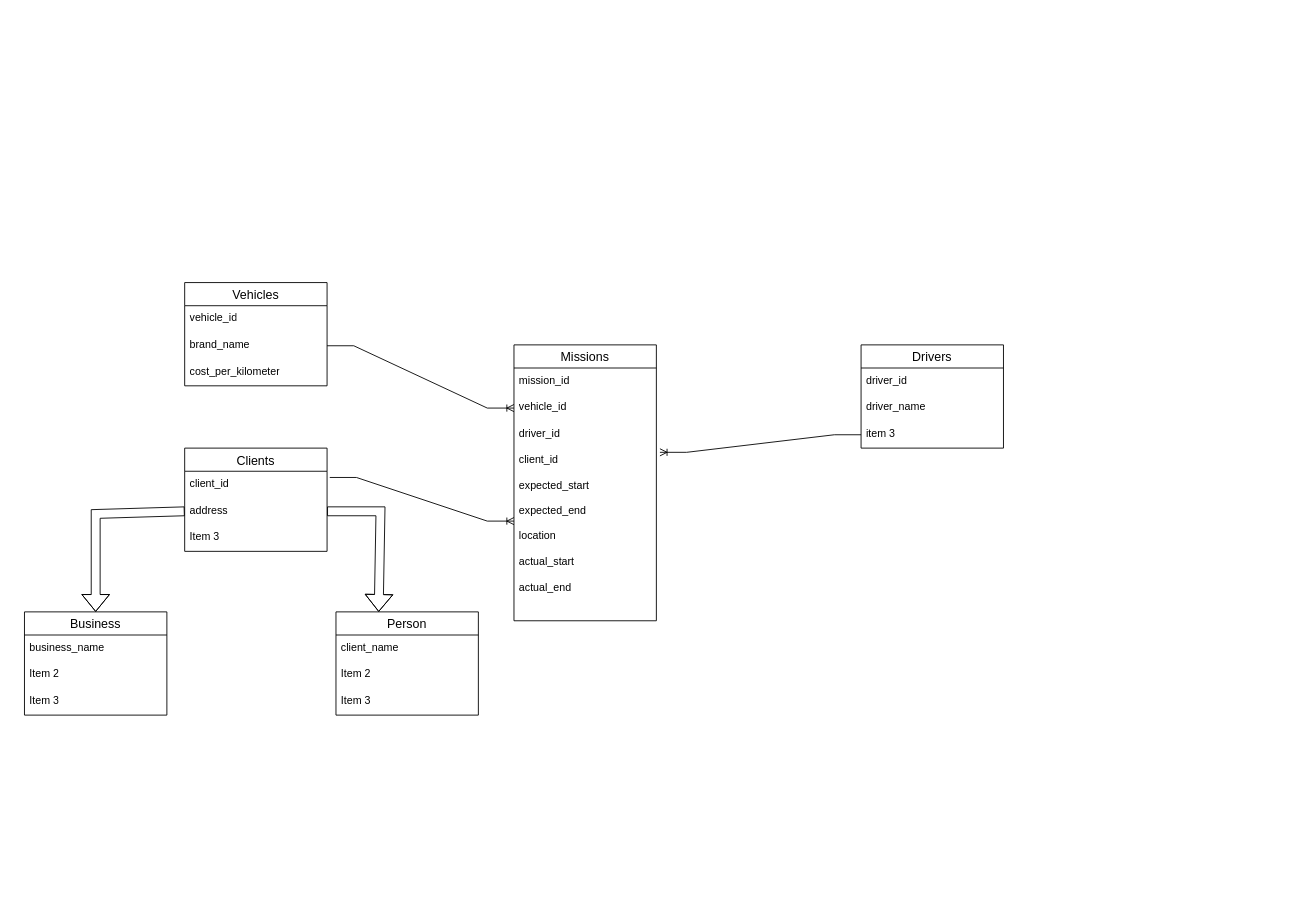
The draw.io diagram project.drawio in Mishtec/Comp-Project, before the edit. Source tidied: cells renumbered, new cells numbered last; positions are measured from the earlier drawing's top-left corner, leaving out a move shared by most shapes. Both pictures are drawn from the tidied source at 89%, with x=0, y=0 at pixel (24, 282).
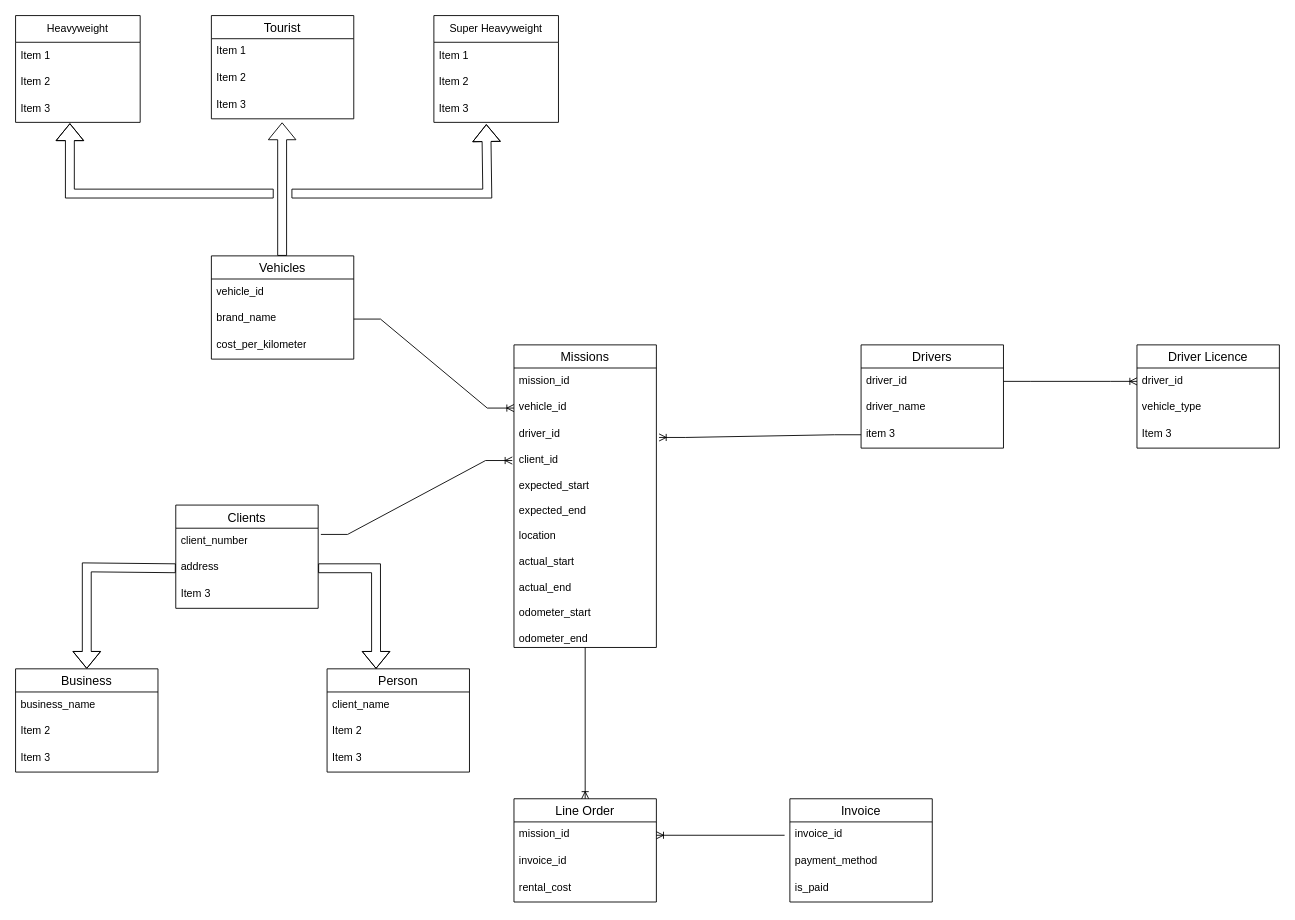
The same page after the edit.

Commit message:
Added inheritance for vehicles. Added invoice details

The change refers to these unchanged cells:
```xml
<mxCell id="13" value="driver_id" style="text;strokeColor=none;fillColor=none;spacingLeft=4;spacingRight=4;overflow=hidden;points=[[0,0.5],[1,0.5]];portConstraint=eastwest;fontSize=12;whiteSpace=wrap;html=1;" parent="12" vertex="1">
  <mxGeometry y="26" width="160" height="30" as="geometry" />
</mxCell>
<mxCell id="15" value="item 3" style="text;strokeColor=none;fillColor=none;spacingLeft=4;spacingRight=4;overflow=hidden;points=[[0,0.5],[1,0.5]];portConstraint=eastwest;fontSize=12;whiteSpace=wrap;html=1;" parent="12" vertex="1">
  <mxGeometry y="86" width="160" height="30" as="geometry" />
</mxCell>
<mxCell id="18" value="address" style="text;strokeColor=none;fillColor=none;spacingLeft=4;spacingRight=4;overflow=hidden;points=[[0,0.5],[1,0.5]];portConstraint=eastwest;fontSize=12;whiteSpace=wrap;html=1;" parent="16" vertex="1">
  <mxGeometry y="56" width="160" height="30" as="geometry" />
</mxCell>
```

Diff of the diagram source:
```diff
@@
     <mxCell id="2" value="Missions" style="swimlane;fontStyle=0;horizontal=1;startSize=26;align=center;fontSize=14;" parent="1" vertex="1">
-      <mxGeometry x="550" y="70" width="160" height="310" as="geometry" />
+      <mxGeometry x="550" y="70" width="160" height="340" as="geometry" />
     </mxCell>
@@
-    <mxCell id="5" value="&lt;div&gt;driver_id&lt;/div&gt;&lt;div&gt;&lt;br&gt;&lt;/div&gt;&lt;div&gt;client_id&lt;/div&gt;&lt;div&gt;&lt;br&gt;&lt;/div&gt;&lt;div&gt;expected_start&lt;/div&gt;&lt;div&gt;&lt;br&gt;&lt;/div&gt;&lt;div&gt;expected_end&lt;br&gt;&lt;/div&gt;&lt;div&gt;&lt;br&gt;&lt;/div&gt;&lt;div&gt;location&lt;/div&gt;&lt;div&gt;&lt;br&gt;&lt;/div&gt;&lt;div&gt;actual_start&lt;/div&gt;&lt;div&gt;&lt;br&gt;&lt;/div&gt;&lt;div&gt;actual_end&lt;br&gt;&lt;/div&gt;&lt;div&gt;&lt;br&gt;&lt;/div&gt;&lt;div&gt;&lt;br&gt;&lt;/div&gt;" style="text;strokeColor=none;fillColor=none;spacingLeft=4;spacingRight=4;overflow=hidden;points=[[0,0.5],[1,0.5]];portConstraint=eastwest;fontSize=12;whiteSpace=wrap;html=1;" parent="2" vertex="1">
-      <mxGeometry y="86" width="160" height="224" as="geometry" />
+    <mxCell id="5" value="&lt;div&gt;driver_id&lt;/div&gt;&lt;div&gt;&lt;br&gt;&lt;/div&gt;&lt;div&gt;client_id&lt;/div&gt;&lt;div&gt;&lt;br&gt;&lt;/div&gt;&lt;div&gt;expected_start&lt;/div&gt;&lt;div&gt;&lt;br&gt;&lt;/div&gt;&lt;div&gt;expected_end&lt;br&gt;&lt;/div&gt;&lt;div&gt;&lt;br&gt;&lt;/div&gt;&lt;div&gt;location&lt;/div&gt;&lt;div&gt;&lt;br&gt;&lt;/div&gt;&lt;div&gt;actual_start&lt;/div&gt;&lt;div&gt;&lt;br&gt;&lt;/div&gt;&lt;div&gt;actual_end&lt;br&gt;&lt;/div&gt;&lt;div&gt;&lt;br&gt;&lt;/div&gt;&lt;div&gt;odometer_start&lt;/div&gt;&lt;div&gt;&lt;br&gt;&lt;/div&gt;&lt;div&gt;odometer_end&lt;br&gt;&lt;/div&gt;" style="text;strokeColor=none;fillColor=none;spacingLeft=4;spacingRight=4;overflow=hidden;points=[[0,0.5],[1,0.5]];portConstraint=eastwest;fontSize=12;whiteSpace=wrap;html=1;" parent="2" vertex="1">
+      <mxGeometry y="86" width="160" height="254" as="geometry" />
     </mxCell>
@@
     <mxCell id="7" value="Vehicles" style="swimlane;fontStyle=0;horizontal=1;startSize=26;align=center;fontSize=14;" parent="1" vertex="1">
-      <mxGeometry x="180" width="160" height="116" as="geometry" />
+      <mxGeometry x="210" y="-30" width="160" height="116" as="geometry" />
     </mxCell>
@@
-    <mxCell id="11" style="edgeStyle=entityRelationEdgeStyle;fontSize=12;html=1;endArrow=ERoneToMany;rounded=0;entryX=1.025;entryY=0.155;entryDx=0;entryDy=0;entryPerimeter=0;exitX=0;exitY=0.5;exitDx=0;exitDy=0;" parent="1" edge="1" source="15" target="5">
+    <mxCell id="11" style="edgeStyle=entityRelationEdgeStyle;fontSize=12;html=1;endArrow=ERoneToMany;rounded=0;entryX=1.019;entryY=0.071;entryDx=0;entryDy=0;entryPerimeter=0;exitX=0;exitY=0.5;exitDx=0;exitDy=0;" parent="1" edge="1" source="15" target="5">
       <mxGeometry relative="1" as="geometry" />
     </mxCell>
@@
     <mxCell id="16" value="Clients" style="swimlane;fontStyle=0;horizontal=1;startSize=26;align=center;fontSize=14;" parent="1" vertex="1">
-      <mxGeometry x="180" y="186" width="160" height="116" as="geometry" />
+      <mxGeometry x="170" y="250" width="160" height="116" as="geometry" />
     </mxCell>
-    <mxCell id="17" value="client_id" style="text;strokeColor=none;fillColor=none;spacingLeft=4;spacingRight=4;overflow=hidden;points=[[0,0.5],[1,0.5]];portConstraint=eastwest;fontSize=12;whiteSpace=wrap;html=1;" parent="16" vertex="1">
+    <mxCell id="17" value="client_number" style="text;strokeColor=none;fillColor=none;spacingLeft=4;spacingRight=4;overflow=hidden;points=[[0,0.5],[1,0.5]];portConstraint=eastwest;fontSize=12;whiteSpace=wrap;html=1;" parent="16" vertex="1">
       <mxGeometry y="26" width="160" height="30" as="geometry" />
     </mxCell>
@@
-    <mxCell id="20" style="edgeStyle=entityRelationEdgeStyle;fontSize=12;html=1;endArrow=ERoneToMany;rounded=0;entryX=0;entryY=0.5;entryDx=0;entryDy=0;exitX=1.019;exitY=0.233;exitDx=0;exitDy=0;exitPerimeter=0;" parent="1" edge="1" source="17" target="5">
-      <mxGeometry relative="1" as="geometry" />
+    <mxCell id="20" style="edgeStyle=entityRelationEdgeStyle;fontSize=12;html=1;endArrow=ERoneToMany;rounded=0;entryX=-0.012;entryY=0.173;entryDx=0;entryDy=0;exitX=1.019;exitY=0.233;exitDx=0;exitDy=0;exitPerimeter=0;entryPerimeter=0;" parent="1" edge="1" source="17" target="5">
+      <mxGeometry relative="1" as="geometry">
+        <Array as="points">
+          <mxPoint x="450" y="260" />
+        </Array>
+      </mxGeometry>
     </mxCell>
     <mxCell id="21" style="shape=flexArrow;endArrow=classic;html=1;rounded=0;exitX=0;exitY=0.5;exitDx=0;exitDy=0;" parent="1" edge="1" source="18">
       <mxGeometry relative="1" as="geometry">
-        <mxPoint x="80" y="370" as="targetPoint" />
+        <mxPoint x="70" y="434" as="targetPoint" />
         <Array as="points">
-          <mxPoint x="80" y="260" />
+          <mxPoint x="70" y="320" />
         </Array>
       </mxGeometry>
     </mxCell>
     <mxCell id="22" value="Business" style="swimlane;fontStyle=0;horizontal=1;startSize=26;align=center;fontSize=14;" parent="1" vertex="1">
-      <mxGeometry y="370" width="160" height="116" as="geometry" />
+      <mxGeometry x="-10" y="434" width="160" height="116" as="geometry" />
     </mxCell>
@@
     <mxCell id="26" value="Person" style="swimlane;fontStyle=0;horizontal=1;startSize=26;align=center;fontSize=14;" parent="1" vertex="1">
-      <mxGeometry x="350" y="370" width="160" height="116" as="geometry" />
+      <mxGeometry x="340" y="434" width="160" height="116" as="geometry" />
     </mxCell>
@@
-    <mxCell id="30" style="shape=flexArrow;endArrow=classic;html=1;rounded=0;exitX=1;exitY=0.5;exitDx=0;exitDy=0;entryX=0.3;entryY=0;entryDx=0;entryDy=0;entryPerimeter=0;" parent="1" edge="1" source="18" target="26">
+    <mxCell id="30" style="shape=flexArrow;endArrow=classic;html=1;rounded=0;exitX=1;exitY=0.5;exitDx=0;exitDy=0;entryX=0.344;entryY=0;entryDx=0;entryDy=0;entryPerimeter=0;" parent="1" edge="1" source="18" target="26">
       <mxGeometry relative="1" as="geometry">
         <Array as="points">
-          <mxPoint x="400" y="257" />
+          <mxPoint x="395" y="321" />
         </Array>
       </mxGeometry>
     </mxCell>
+    <mxCell id="31" style="shape=flexArrow;endArrow=classic;html=1;rounded=0;exitX=0.5;exitY=0;exitDx=0;exitDy=0;" parent="1" edge="1">
+      <mxGeometry relative="1" as="geometry">
+        <mxPoint x="289.5" y="-30" as="sourcePoint" />
+        <mxPoint x="289.5" y="-180" as="targetPoint" />
+      </mxGeometry>
+    </mxCell>
+    <mxCell id="32" value="Tourist" style="swimlane;fontStyle=0;horizontal=1;startSize=26;align=center;fontSize=14;" parent="1" vertex="1">
+      <mxGeometry x="210" y="-300" width="160" height="116" as="geometry" />
+    </mxCell>
+    <mxCell id="33" value="Item 1" style="text;strokeColor=none;fillColor=none;spacingLeft=4;spacingRight=4;overflow=hidden;fontSize=12;whiteSpace=wrap;html=1;" parent="32" vertex="1">
+      <mxGeometry y="26" width="160" height="30" as="geometry" />
+    </mxCell>
+    <mxCell id="34" value="Item 2" style="text;strokeColor=none;fillColor=none;spacingLeft=4;spacingRight=4;overflow=hidden;fontSize=12;whiteSpace=wrap;html=1;" parent="32" vertex="1">
+      <mxGeometry y="56" width="160" height="30" as="geometry" />
+    </mxCell>
+    <mxCell id="35" value="Item 3" style="text;strokeColor=none;fillColor=none;spacingLeft=4;spacingRight=4;overflow=hidden;fontSize=12;whiteSpace=wrap;html=1;" parent="32" vertex="1">
+      <mxGeometry y="86" width="160" height="30" as="geometry" />
+    </mxCell>
+    <mxCell id="36" style="shape=flexArrow;endArrow=classic;html=1;rounded=0;entryX=0.436;entryY=1.033;entryDx=0;entryDy=0;entryPerimeter=0;" parent="1" edge="1" target="40">
+      <mxGeometry relative="1" as="geometry">
+        <mxPoint x="280" y="-100" as="sourcePoint" />
+        <Array as="points">
+          <mxPoint x="51" y="-100" />
+        </Array>
+      </mxGeometry>
+    </mxCell>
+    <mxCell id="37" value="Heavyweight" style="swimlane;fontStyle=0;horizontal=1;startSize=30;whiteSpace=wrap;html=1;" parent="1" vertex="1">
+      <mxGeometry x="-10" y="-300" width="140" height="120" as="geometry" />
+    </mxCell>
+    <mxCell id="38" value="Item 1" style="text;strokeColor=none;fillColor=none;align=left;verticalAlign=middle;spacingLeft=4;spacingRight=4;overflow=hidden;whiteSpace=wrap;html=1;" parent="37" vertex="1">
+      <mxGeometry y="30" width="140" height="30" as="geometry" />
+    </mxCell>
+    <mxCell id="39" value="Item 2" style="text;strokeColor=none;fillColor=none;align=left;verticalAlign=middle;spacingLeft=4;spacingRight=4;overflow=hidden;whiteSpace=wrap;html=1;" parent="37" vertex="1">
+      <mxGeometry y="60" width="140" height="30" as="geometry" />
+    </mxCell>
+    <mxCell id="40" value="Item 3" style="text;strokeColor=none;fillColor=none;align=left;verticalAlign=middle;spacingLeft=4;spacingRight=4;overflow=hidden;points=[[0,0.5],[1,0.5]];portConstraint=eastwest;whiteSpace=wrap;html=1;" parent="37" vertex="1">
+      <mxGeometry y="90" width="140" height="30" as="geometry" />
+    </mxCell>
+    <mxCell id="41" value="Super Heavyweight" style="swimlane;fontStyle=0;horizontal=1;startSize=30;whiteSpace=wrap;html=1;" parent="1" vertex="1">
+      <mxGeometry x="460" y="-300" width="140" height="120" as="geometry" />
+    </mxCell>
+    <mxCell id="42" value="Item 1" style="text;strokeColor=none;fillColor=none;align=left;verticalAlign=middle;spacingLeft=4;spacingRight=4;overflow=hidden;whiteSpace=wrap;html=1;" parent="41" vertex="1">
+      <mxGeometry y="30" width="140" height="30" as="geometry" />
+    </mxCell>
+    <mxCell id="43" value="Item 2" style="text;strokeColor=none;fillColor=none;align=left;verticalAlign=middle;spacingLeft=4;spacingRight=4;overflow=hidden;whiteSpace=wrap;html=1;" parent="41" vertex="1">
+      <mxGeometry y="60" width="140" height="30" as="geometry" />
+    </mxCell>
+    <mxCell id="44" value="Item 3" style="text;strokeColor=none;fillColor=none;align=left;verticalAlign=middle;spacingLeft=4;spacingRight=4;overflow=hidden;points=[[0,0.5],[1,0.5]];portConstraint=eastwest;whiteSpace=wrap;html=1;" parent="41" vertex="1">
+      <mxGeometry y="90" width="140" height="30" as="geometry" />
+    </mxCell>
+    <mxCell id="45" style="shape=flexArrow;endArrow=classic;html=1;rounded=0;entryX=0.421;entryY=1.067;entryDx=0;entryDy=0;entryPerimeter=0;" parent="1" edge="1" target="44">
+      <mxGeometry relative="1" as="geometry">
+        <mxPoint x="300" y="-100" as="sourcePoint" />
+        <Array as="points">
+          <mxPoint x="520" y="-100" />
+        </Array>
+      </mxGeometry>
+    </mxCell>
+    <mxCell id="46" value="Driver Licence" style="swimlane;fontStyle=0;horizontal=1;startSize=26;align=center;fontSize=14;" parent="1" vertex="1">
+      <mxGeometry x="1250" y="70" width="160" height="116" as="geometry" />
+    </mxCell>
+    <mxCell id="47" value="driver_id" style="text;strokeColor=none;fillColor=none;spacingLeft=4;spacingRight=4;overflow=hidden;points=[[0,0.5],[1,0.5]];portConstraint=eastwest;fontSize=12;whiteSpace=wrap;html=1;" parent="46" vertex="1">
+      <mxGeometry y="26" width="160" height="30" as="geometry" />
+    </mxCell>
+    <mxCell id="48" value="vehicle_type" style="text;strokeColor=none;fillColor=none;spacingLeft=4;spacingRight=4;overflow=hidden;fontSize=12;whiteSpace=wrap;html=1;" parent="46" vertex="1">
+      <mxGeometry y="56" width="160" height="30" as="geometry" />
+    </mxCell>
+    <mxCell id="49" value="Item 3" style="text;strokeColor=none;fillColor=none;spacingLeft=4;spacingRight=4;overflow=hidden;fontSize=12;whiteSpace=wrap;html=1;" parent="46" vertex="1">
+      <mxGeometry y="86" width="160" height="30" as="geometry" />
+    </mxCell>
+    <mxCell id="50" style="edgeStyle=entityRelationEdgeStyle;fontSize=12;html=1;endArrow=ERoneToMany;rounded=0;entryX=0;entryY=0.5;entryDx=0;entryDy=0;exitX=1;exitY=0.5;exitDx=0;exitDy=0;" parent="1" edge="1" source="13" target="47">
+      <mxGeometry relative="1" as="geometry" />
+    </mxCell>
+    <mxCell id="51" value="Line Order" style="swimlane;fontStyle=0;horizontal=1;startSize=26;align=center;fontSize=14;" parent="1" vertex="1">
+      <mxGeometry x="550" y="580" width="160" height="116" as="geometry" />
+    </mxCell>
+    <mxCell id="52" value="mission_id" style="text;strokeColor=none;fillColor=none;spacingLeft=4;spacingRight=4;overflow=hidden;points=[[0,0.5],[1,0.5]];portConstraint=eastwest;fontSize=12;whiteSpace=wrap;html=1;" parent="51" vertex="1">
+      <mxGeometry y="26" width="160" height="30" as="geometry" />
+    </mxCell>
+    <mxCell id="53" value="invoice_id" style="text;strokeColor=none;fillColor=none;spacingLeft=4;spacingRight=4;overflow=hidden;fontSize=12;whiteSpace=wrap;html=1;" parent="51" vertex="1">
+      <mxGeometry y="56" width="160" height="30" as="geometry" />
+    </mxCell>
+    <mxCell id="54" value="rental_cost" style="text;strokeColor=none;fillColor=none;spacingLeft=4;spacingRight=4;overflow=hidden;fontSize=12;whiteSpace=wrap;html=1;" parent="51" vertex="1">
+      <mxGeometry y="86" width="160" height="30" as="geometry" />
+    </mxCell>
+    <mxCell id="55" value="Invoice" style="swimlane;fontStyle=0;horizontal=1;startSize=26;align=center;fontSize=14;" parent="1" vertex="1">
+      <mxGeometry x="860" y="580" width="160" height="116" as="geometry" />
+    </mxCell>
+    <mxCell id="56" value="invoice_id" style="text;strokeColor=none;fillColor=none;spacingLeft=4;spacingRight=4;overflow=hidden;points=[[0,0.5],[1,0.5]];portConstraint=eastwest;fontSize=12;whiteSpace=wrap;html=1;" parent="55" vertex="1">
+      <mxGeometry y="26" width="160" height="30" as="geometry" />
+    </mxCell>
+    <mxCell id="57" value="payment_method" style="text;strokeColor=none;fillColor=none;spacingLeft=4;spacingRight=4;overflow=hidden;fontSize=12;whiteSpace=wrap;html=1;" parent="55" vertex="1">
+      <mxGeometry y="56" width="160" height="30" as="geometry" />
+    </mxCell>
+    <mxCell id="58" value="is_paid" style="text;strokeColor=none;fillColor=none;spacingLeft=4;spacingRight=4;overflow=hidden;fontSize=12;whiteSpace=wrap;html=1;" parent="55" vertex="1">
+      <mxGeometry y="86" width="160" height="30" as="geometry" />
+    </mxCell>
+    <mxCell id="59" style="fontSize=12;html=1;endArrow=ERoneToMany;rounded=0;exitX=0.5;exitY=1;exitDx=0;exitDy=0;exitPerimeter=0;entryX=0.5;entryY=0;entryDx=0;entryDy=0;" parent="1" edge="1" source="5" target="51">
+      <mxGeometry relative="1" as="geometry" />
+    </mxCell>
+    <mxCell id="60" style="fontSize=12;html=1;endArrow=ERoneToMany;rounded=0;exitX=-0.037;exitY=0.5;exitDx=0;exitDy=0;exitPerimeter=0;entryX=1;entryY=0.5;entryDx=0;entryDy=0;" parent="1" edge="1" source="56" target="52">
+      <mxGeometry relative="1" as="geometry" />
+    </mxCell>
```
